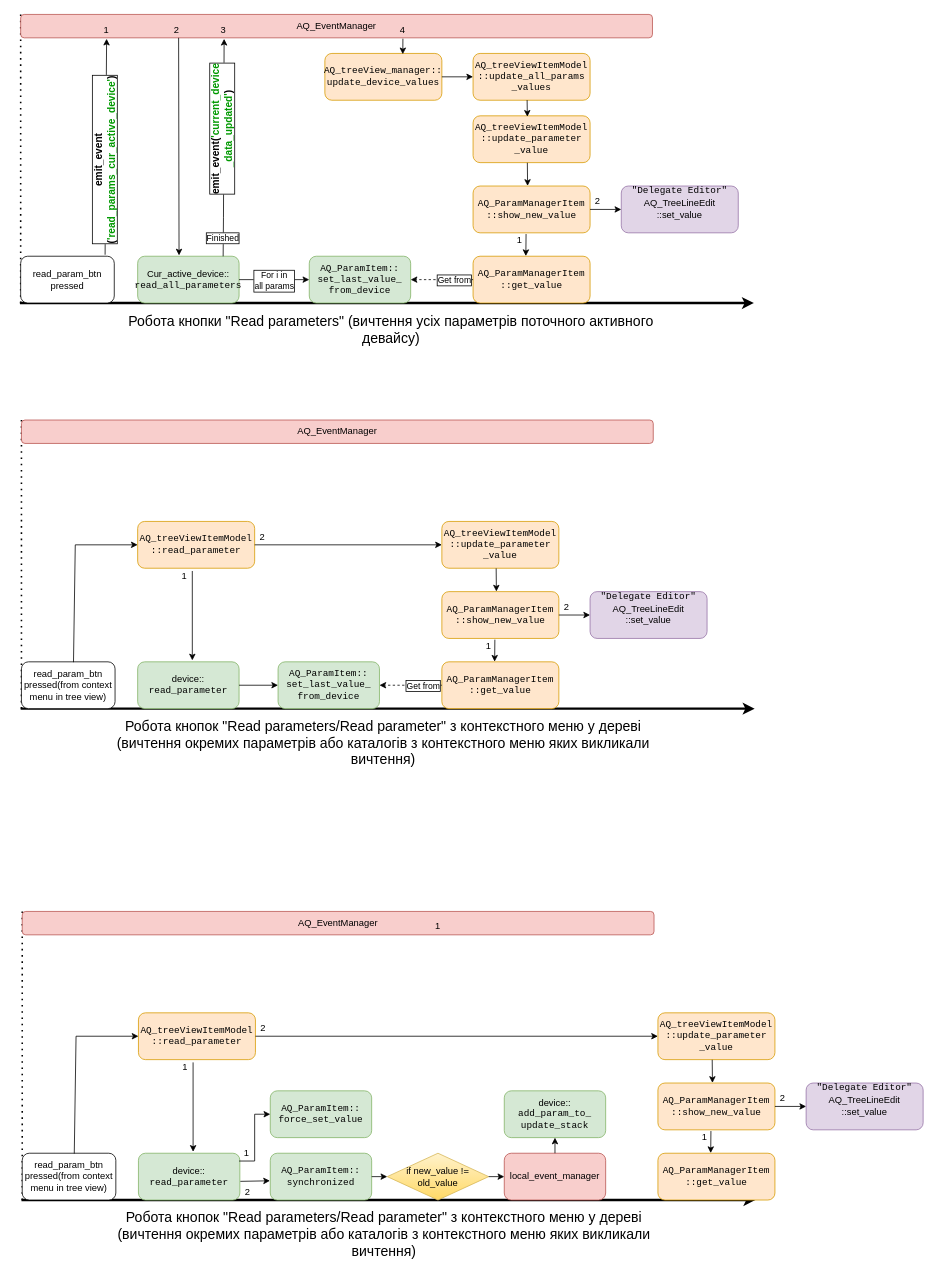
Before: page "Вичтення значення параметру" (6 of 9) of arch.drawio in romangolovkou/AQteck_toolMAX, a draw.io diagram. Source tidied: cells renumbered, new cells numbered last; positions are measured from the earlier drawing's top-left corner, leaving out a move shared by most shapes. Both pictures are drawn from the tidied source at 78%, with x=0, y=0 at pixel (20, 14).
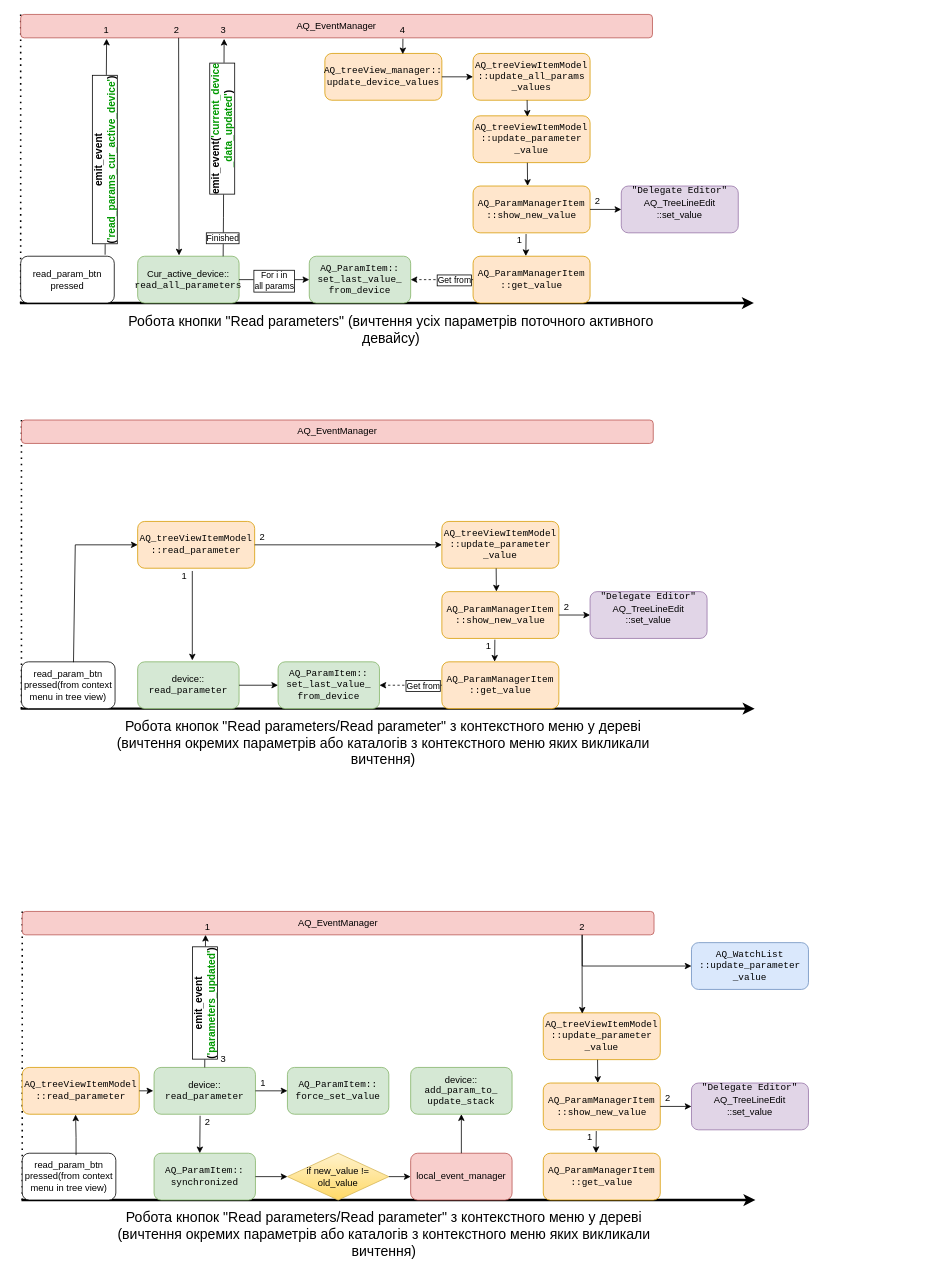
After the change.

Unchanged cells that the change refers to:
```xml
<mxCell id="65" value="read_param_btn&lt;br&gt;pressed(from context menu in tree view)" style="rounded=1;whiteSpace=wrap;html=1;strokeWidth=1;" parent="1" vertex="1">
  <mxGeometry x="3" y="1460" width="120" height="60" as="geometry" />
</mxCell>
<mxCell id="66" value="AQ_EventManager" style="rounded=1;whiteSpace=wrap;html=1;fillColor=#f8cecc;strokeColor=#b85450;" parent="1" vertex="1">
  <mxGeometry x="3" y="1150" width="810" height="30" as="geometry" />
</mxCell>
```

Change to the diagram source:
```diff
@@
     <mxCell id="67" value="&lt;div style=&quot;font-family: &amp;quot;JetBrains Mono&amp;quot;, monospace;&quot;&gt;AQ_ParamItem::&lt;br&gt;&lt;div style=&quot;&quot;&gt;&lt;div style=&quot;&quot;&gt;force_set_value&lt;/div&gt;&lt;/div&gt;&lt;/div&gt;" style="rounded=1;whiteSpace=wrap;html=1;fillColor=#d5e8d4;strokeColor=#82b366;" parent="1" vertex="1">
-      <mxGeometry x="321" y="1380" width="130" height="60" as="geometry" />
+      <mxGeometry x="343" y="1350" width="130" height="60" as="geometry" />
     </mxCell>
     <mxCell id="68" value="&lt;div style=&quot;font-family: &amp;quot;JetBrains Mono&amp;quot;, monospace;&quot;&gt;AQ_treeViewItemModel&lt;br&gt;::update_parameter&lt;br&gt;_value&lt;/div&gt;" style="rounded=1;whiteSpace=wrap;html=1;strokeWidth=1;fillColor=#ffe6cc;strokeColor=#d79b00;" parent="1" vertex="1">
-      <mxGeometry x="818" y="1280" width="150" height="60" as="geometry" />
+      <mxGeometry x="671" y="1280" width="150" height="60" as="geometry" />
     </mxCell>
     <mxCell id="69" value="&lt;div style=&quot;font-family: &amp;quot;JetBrains Mono&amp;quot;, monospace;&quot;&gt;&lt;div style=&quot;&quot;&gt;AQ_ParamManagerItem&lt;/div&gt;::show_new_value&lt;/div&gt;" style="rounded=1;whiteSpace=wrap;html=1;strokeWidth=1;fillColor=#ffe6cc;strokeColor=#d79b00;" parent="1" vertex="1">
-      <mxGeometry x="818" y="1370" width="150" height="60" as="geometry" />
+      <mxGeometry x="671" y="1370" width="150" height="60" as="geometry" />
     </mxCell>
@@
     <mxCell id="71" value="&lt;div style=&quot;font-family: &amp;quot;JetBrains Mono&amp;quot;, monospace;&quot;&gt;&lt;div style=&quot;&quot;&gt;AQ_ParamManagerItem&lt;/div&gt;::get_value&lt;/div&gt;" style="rounded=1;whiteSpace=wrap;html=1;strokeWidth=1;fillColor=#ffe6cc;strokeColor=#d79b00;" parent="1" vertex="1">
-      <mxGeometry x="818" y="1460" width="150" height="60" as="geometry" />
+      <mxGeometry x="671" y="1460" width="150" height="60" as="geometry" />
     </mxCell>
@@
     <mxCell id="73" value="1" style="text;html=1;strokeColor=none;fillColor=none;align=center;verticalAlign=middle;whiteSpace=wrap;rounded=0;" parent="1" vertex="1">
-      <mxGeometry x="868" y="1430" width="20" height="20" as="geometry" />
+      <mxGeometry x="721" y="1430" width="20" height="20" as="geometry" />
     </mxCell>
     <mxCell id="74" value="&lt;div style=&quot;font-family: &amp;quot;JetBrains Mono&amp;quot;, monospace;&quot;&gt;&lt;div style=&quot;&quot;&gt;&quot;Delegate Editor&quot;&lt;br style=&quot;border-color: var(--border-color); font-family: Helvetica; font-weight: 700;&quot;&gt;&lt;span style=&quot;font-family: Helvetica;&quot;&gt;AQ_TreeLineEdit&lt;br&gt;::set_value&lt;/span&gt;&lt;br style=&quot;border-color: var(--border-color); font-family: Helvetica; font-weight: 700;&quot;&gt;&lt;span style=&quot;border-color: var(--border-color); font-family: Helvetica;&quot;&gt;&amp;nbsp;&lt;/span&gt;&lt;br&gt;&lt;/div&gt;&lt;/div&gt;" style="rounded=1;whiteSpace=wrap;html=1;strokeWidth=1;fillColor=#e1d5e7;strokeColor=#9673a6;" parent="1" vertex="1">
-      <mxGeometry x="1008" y="1370" width="150" height="60" as="geometry" />
+      <mxGeometry x="861" y="1370" width="150" height="60" as="geometry" />
     </mxCell>
@@
     <mxCell id="76" value="2" style="text;html=1;strokeColor=none;fillColor=none;align=center;verticalAlign=middle;whiteSpace=wrap;rounded=0;" parent="1" vertex="1">
-      <mxGeometry x="968" y="1380" width="20" height="20" as="geometry" />
+      <mxGeometry x="821" y="1380" width="20" height="20" as="geometry" />
     </mxCell>
     <mxCell id="77" value="&lt;div style=&quot;font-family: &amp;quot;JetBrains Mono&amp;quot;, monospace;&quot;&gt;AQ_treeViewItemModel&lt;br&gt;::read_parameter&lt;/div&gt;" style="rounded=1;whiteSpace=wrap;html=1;strokeWidth=1;fillColor=#ffe6cc;strokeColor=#d79b00;" parent="1" vertex="1">
-      <mxGeometry x="152" y="1280" width="150" height="60" as="geometry" />
+      <mxGeometry x="3" y="1350" width="150" height="60" as="geometry" />
     </mxCell>
     <mxCell id="78" value="device::&lt;br&gt;&lt;div style=&quot;font-family: &amp;quot;JetBrains Mono&amp;quot;, monospace;&quot;&gt;read_parameter&lt;/div&gt;" style="rounded=1;whiteSpace=wrap;html=1;strokeWidth=1;fillColor=#d5e8d4;strokeColor=#82b366;" parent="1" vertex="1">
-      <mxGeometry x="152" y="1460" width="130" height="60" as="geometry" />
+      <mxGeometry x="172" y="1350" width="130" height="60" as="geometry" />
     </mxCell>
-    <mxCell id="79" value="1" style="text;html=1;strokeColor=none;fillColor=none;align=center;verticalAlign=middle;whiteSpace=wrap;rounded=0;" parent="1" vertex="1">
-      <mxGeometry x="202" y="1340" width="20" height="20" as="geometry" />
-    </mxCell>
-    <mxCell id="80" style="endArrow=classic;html=1;rounded=0;exitX=0.556;exitY=0.008;exitDx=0;exitDy=0;exitPerimeter=0;entryX=0;entryY=0.5;entryDx=0;entryDy=0;" parent="1" edge="1" source="65" target="77">
+    <mxCell id="80" style="endArrow=classic;html=1;rounded=0;exitX=0.575;exitY=0.04;exitDx=0;exitDy=0;exitPerimeter=0;entryX=0.456;entryY=1.007;entryDx=0;entryDy=0;entryPerimeter=0;" parent="1" edge="1" source="65" target="77">
       <mxGeometry relative="1" as="geometry">
         <Array as="points">
-          <mxPoint x="72" y="1310" />
+          <mxPoint x="72" y="1440" />
         </Array>
       </mxGeometry>
     </mxCell>
-    <mxCell id="81" style="endArrow=classic;html=1;rounded=0;exitX=1;exitY=0.5;exitDx=0;exitDy=0;entryX=0;entryY=0.5;entryDx=0;entryDy=0;" parent="1" edge="1" source="77" target="68">
-      <mxGeometry relative="1" as="geometry" />
-    </mxCell>
-    <mxCell id="82" value="2" style="text;html=1;strokeColor=none;fillColor=none;align=center;verticalAlign=middle;whiteSpace=wrap;rounded=0;" parent="1" vertex="1">
-      <mxGeometry x="302" y="1290" width="20" height="20" as="geometry" />
-    </mxCell>
-    <mxCell id="83" style="endArrow=classic;html=1;rounded=0;exitX=0.992;exitY=0.167;exitDx=0;exitDy=0;entryX=0;entryY=0.5;entryDx=0;entryDy=0;exitPerimeter=0;" parent="1" edge="1" source="78" target="67">
-      <mxGeometry relative="1" as="geometry">
-        <Array as="points">
-          <mxPoint x="301" y="1470" />
-          <mxPoint x="301" y="1410" />
-        </Array>
-      </mxGeometry>
-    </mxCell>
-    <mxCell id="84" style="endArrow=classic;html=1;rounded=0;exitX=0.467;exitY=1.059;exitDx=0;exitDy=0;exitPerimeter=0;entryX=0.539;entryY=-0.031;entryDx=0;entryDy=0;entryPerimeter=0;" parent="1" edge="1" source="77" target="78">
-      <mxGeometry relative="1" as="geometry" />
+    <mxCell id="84" style="endArrow=classic;html=1;rounded=0;exitX=1;exitY=0.5;exitDx=0;exitDy=0;" parent="1" edge="1" source="77">
+      <mxGeometry relative="1" as="geometry">
+        <mxPoint x="171" y="1380" as="targetPoint" />
+      </mxGeometry>
     </mxCell>
@@
     <mxCell id="86" value="&lt;div style=&quot;font-family: &amp;quot;JetBrains Mono&amp;quot;, monospace;&quot;&gt;AQ_ParamItem::&lt;br&gt;&lt;div style=&quot;&quot;&gt;&lt;div style=&quot;&quot;&gt;synchronized&lt;/div&gt;&lt;/div&gt;&lt;/div&gt;" style="rounded=1;whiteSpace=wrap;html=1;fillColor=#d5e8d4;strokeColor=#82b366;" parent="1" vertex="1">
-      <mxGeometry x="321" y="1460" width="130" height="60" as="geometry" />
+      <mxGeometry x="172" y="1460" width="130" height="60" as="geometry" />
     </mxCell>
-    <mxCell id="87" style="endArrow=classic;html=1;rounded=0;exitX=1.005;exitY=0.601;exitDx=0;exitDy=0;exitPerimeter=0;entryX=-0.003;entryY=0.589;entryDx=0;entryDy=0;entryPerimeter=0;" parent="1" edge="1" source="78" target="86">
+    <mxCell id="87" style="endArrow=classic;html=1;rounded=0;exitX=0.454;exitY=1.033;exitDx=0;exitDy=0;exitPerimeter=0;entryX=0.451;entryY=0;entryDx=0;entryDy=0;entryPerimeter=0;" parent="1" edge="1" source="78" target="86">
       <mxGeometry relative="1" as="geometry" />
     </mxCell>
     <mxCell id="88" value="1" style="text;html=1;strokeColor=none;fillColor=none;align=center;verticalAlign=middle;whiteSpace=wrap;rounded=0;" parent="1" vertex="1">
-      <mxGeometry x="281" y="1450" width="20" height="20" as="geometry" />
+      <mxGeometry x="302" y="1360" width="20" height="20" as="geometry" />
     </mxCell>
     <mxCell id="89" value="2" style="text;html=1;strokeColor=none;fillColor=none;align=center;verticalAlign=middle;whiteSpace=wrap;rounded=0;" parent="1" vertex="1">
-      <mxGeometry x="282" y="1500" width="20" height="20" as="geometry" />
+      <mxGeometry x="231" y="1410" width="20" height="20" as="geometry" />
     </mxCell>
     <mxCell id="90" value="if new_value != old_value" style="rhombus;whiteSpace=wrap;html=1;fillColor=#fff2cc;strokeColor=#d6b656;gradientColor=#ffd966;" parent="1" vertex="1">
-      <mxGeometry x="471" y="1460" width="130" height="60" as="geometry" />
+      <mxGeometry x="343" y="1460" width="130" height="60" as="geometry" />
     </mxCell>
@@
     <mxCell id="92" value="1" style="text;html=1;strokeColor=none;fillColor=none;align=center;verticalAlign=middle;whiteSpace=wrap;rounded=0;" parent="1" vertex="1">
-      <mxGeometry x="526" y="1159" width="20" height="20" as="geometry" />
+      <mxGeometry x="231" y="1160" width="20" height="20" as="geometry" />
     </mxCell>
     <mxCell id="93" value="device::&lt;br&gt;&lt;div style=&quot;font-family: &amp;quot;JetBrains Mono&amp;quot;, monospace;&quot;&gt;&lt;div style=&quot;&quot;&gt;add_param_to_&lt;br&gt;update_stack&lt;/div&gt;&lt;/div&gt;" style="rounded=1;whiteSpace=wrap;html=1;strokeWidth=1;fillColor=#d5e8d4;strokeColor=#82b366;" parent="1" vertex="1">
-      <mxGeometry x="621" y="1380" width="130" height="60" as="geometry" />
+      <mxGeometry x="501" y="1350" width="130" height="60" as="geometry" />
     </mxCell>
     <mxCell id="94" value="local_event_manager" style="rounded=1;whiteSpace=wrap;html=1;strokeWidth=1;fillColor=#f8cecc;strokeColor=#b85450;" parent="1" vertex="1">
-      <mxGeometry x="621" y="1460" width="130" height="60" as="geometry" />
+      <mxGeometry x="501" y="1460" width="130" height="60" as="geometry" />
     </mxCell>
@@
+    <mxCell id="97" style="endArrow=classic;html=1;rounded=0;exitX=0.886;exitY=1;exitDx=0;exitDy=0;exitPerimeter=0;entryX=0.333;entryY=0.017;entryDx=0;entryDy=0;entryPerimeter=0;" parent="1" edge="1" source="66" target="68">
+      <mxGeometry relative="1" as="geometry" />
+    </mxCell>
+    <mxCell id="98" value="&lt;div style=&quot;font-family: &amp;quot;JetBrains Mono&amp;quot;, monospace;&quot;&gt;AQ_WatchList&lt;br&gt;::update_parameter&lt;br&gt;_value&lt;/div&gt;" style="rounded=1;whiteSpace=wrap;html=1;strokeWidth=1;fillColor=#dae8fc;strokeColor=#6c8ebf;" parent="1" vertex="1">
+      <mxGeometry x="861" y="1190" width="150" height="60" as="geometry" />
+    </mxCell>
+    <mxCell id="99" style="endArrow=classic;html=1;rounded=0;entryX=0;entryY=0.5;entryDx=0;entryDy=0;" parent="1" edge="1" target="98">
+      <mxGeometry relative="1" as="geometry">
+        <mxPoint x="721" y="1180" as="sourcePoint" />
+        <Array as="points">
+          <mxPoint x="721" y="1220" />
+        </Array>
+      </mxGeometry>
+    </mxCell>
+    <mxCell id="83" style="endArrow=classic;html=1;rounded=0;exitX=1;exitY=0.5;exitDx=0;exitDy=0;entryX=0;entryY=0.5;entryDx=0;entryDy=0;" parent="1" edge="1" source="78" target="67">
+      <mxGeometry relative="1" as="geometry" />
+    </mxCell>
+    <mxCell id="100" style="endArrow=classic;html=1;rounded=0;exitX=0.5;exitY=0;exitDx=0;exitDy=0;strokeWidth=1;" parent="1" edge="1" source="78">
+      <mxGeometry relative="1" as="geometry">
+        <mxPoint x="238" y="1180" as="targetPoint" />
+      </mxGeometry>
+    </mxCell>
+    <mxCell id="101" value="&lt;font style=&quot;font-size: 13px;&quot;&gt;&lt;b&gt;emit_event&lt;br&gt;(&lt;font color=&quot;#009900&quot;&gt;'parameters_updated&lt;/font&gt;&lt;/b&gt;&lt;/font&gt;&lt;b style=&quot;font-size: 13px;&quot;&gt;&lt;font color=&quot;#009900&quot;&gt;'&lt;/font&gt;)&lt;/b&gt;" style="edgeLabel;html=1;align=center;verticalAlign=middle;rotation=-90;labelBorderColor=default;" parent="100" vertex="1">
+      <mxGeometry x="-0.24" y="2" relative="1" as="geometry">
+        <mxPoint x="2" y="-16" as="offset" />
+      </mxGeometry>
+    </mxCell>
+    <mxCell id="102" value="3" style="text;html=1;strokeColor=none;fillColor=none;align=center;verticalAlign=middle;whiteSpace=wrap;rounded=0;" parent="1" vertex="1">
+      <mxGeometry x="251" y="1330" width="20" height="20" as="geometry" />
+    </mxCell>
+    <mxCell id="82" value="2" style="text;html=1;strokeColor=none;fillColor=none;align=center;verticalAlign=middle;whiteSpace=wrap;rounded=0;" parent="1" vertex="1">
+      <mxGeometry x="711" y="1160" width="20" height="20" as="geometry" />
+    </mxCell>
```
